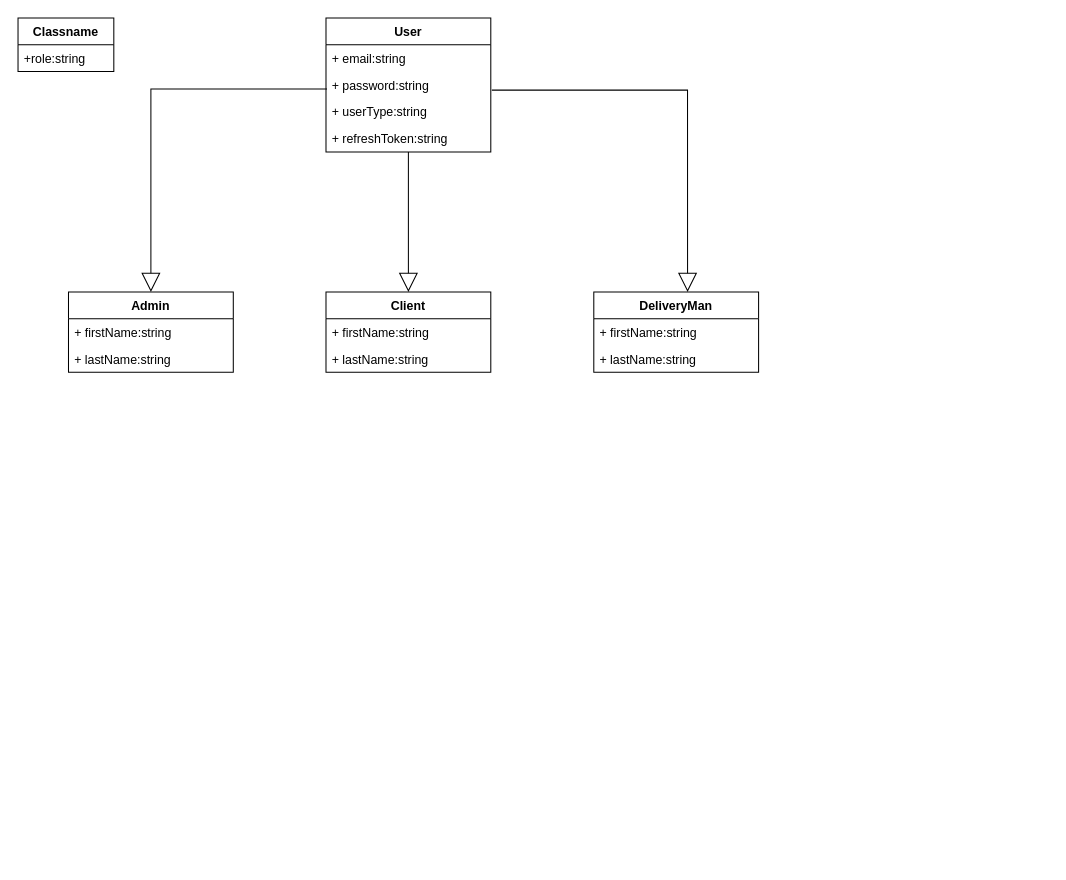
This is docs/class diagram.drawio from stormsidali2001/FrontPharmacy, a draw.io file, before an edit. Source tidied: cells renumbered, new cells numbered last; positions are measured from the earlier drawing's top-left corner, leaving out a move shared by most shapes. Both pictures are drawn from the tidied source at 103%, with x=0, y=0 at pixel (18, 18).
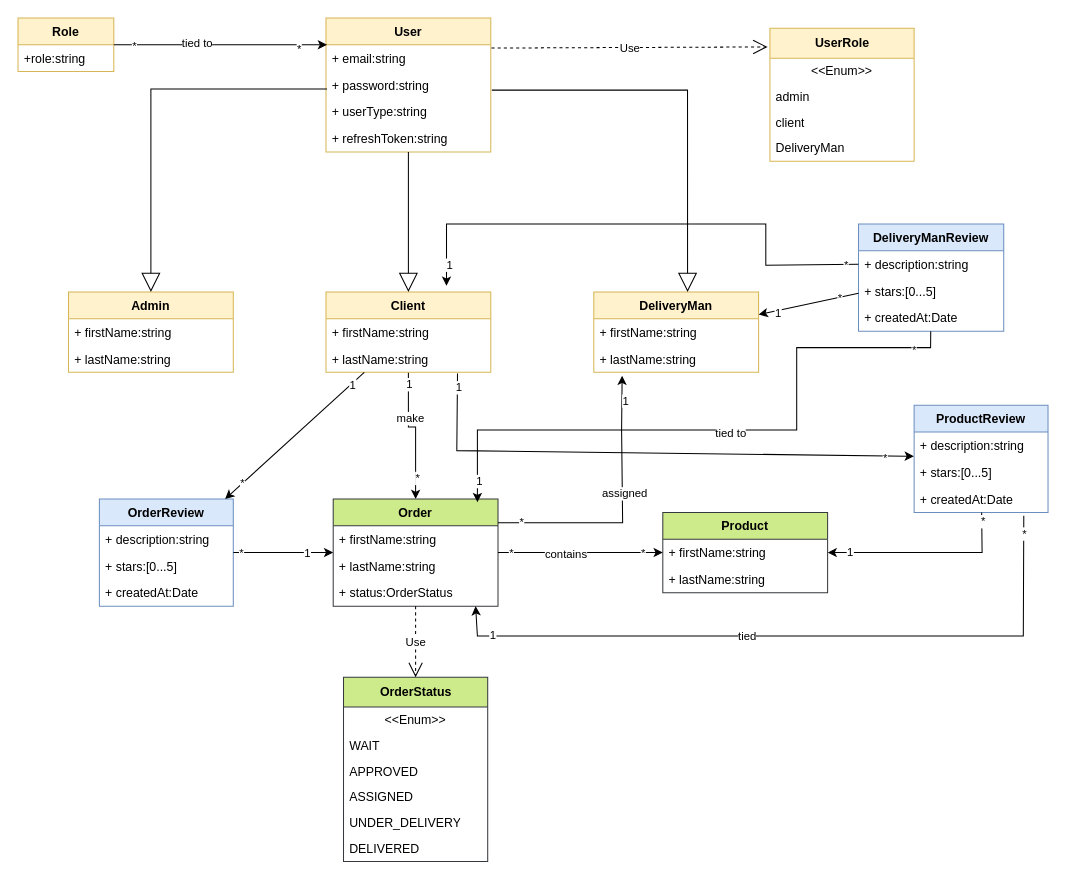
The same diagram, later.

Unchanged cells that the change refers to:
```xml
<mxCell id="3" value="+ email:string" style="text;strokeColor=none;fillColor=none;align=left;verticalAlign=top;spacingLeft=4;spacingRight=4;overflow=hidden;points=[[0,0.5],[1,0.5]];portConstraint=eastwest;" parent="2" vertex="1">
  <mxGeometry y="26" width="160" height="26" as="geometry" />
</mxCell>
<mxCell id="12" value="+ lastName:string" style="text;strokeColor=none;fillColor=none;align=left;verticalAlign=top;spacingLeft=4;spacingRight=4;overflow=hidden;points=[[0,0.5],[1,0.5]];portConstraint=eastwest;" parent="10" vertex="1">
  <mxGeometry y="52" width="160" height="26" as="geometry" />
</mxCell>
<mxCell id="15" value="+ lastName:string" style="text;strokeColor=none;fillColor=none;align=left;verticalAlign=top;spacingLeft=4;spacingRight=4;overflow=hidden;points=[[0,0.5],[1,0.5]];portConstraint=eastwest;" parent="13" vertex="1">
  <mxGeometry y="52" width="160" height="26" as="geometry" />
</mxCell>
```

Diff of the diagram source:
```diff
@@
-    <mxCell id="2" value="User" style="swimlane;fontStyle=1;align=center;verticalAlign=top;horizontal=1;startSize=26;" parent="1" vertex="1">
+    <mxCell id="2" value="User" style="swimlane;fontStyle=1;align=center;verticalAlign=top;horizontal=1;startSize=26;fillColor=#fff2cc;strokeColor=#d6b656;" parent="1" vertex="1">
       <mxGeometry x="299" width="160" height="130" as="geometry" />
     </mxCell>
@@
-    <mxCell id="7" value="Admin" style="swimlane;fontStyle=1;align=center;verticalAlign=top;horizontal=1;startSize=26;" parent="1" vertex="1">
+    <mxCell id="7" value="Admin" style="swimlane;fontStyle=1;align=center;verticalAlign=top;horizontal=1;startSize=26;fillColor=#fff2cc;strokeColor=#d6b656;" parent="1" vertex="1">
       <mxGeometry x="49" y="266" width="160" height="78" as="geometry" />
     </mxCell>
@@
+    <mxCell id="21" style="edgeStyle=orthogonalEdgeStyle;rounded=0;jettySize=auto;html=1;" parent="1" edge="1" source="10" target="35">
+      <mxGeometry relative="1" as="geometry">
+        <Array as="points">
+          <mxPoint x="379" y="397" />
+          <mxPoint x="386" y="397" />
+        </Array>
+      </mxGeometry>
+    </mxCell>
+    <mxCell id="22" value="make" style="edgeLabel;html=1;align=center;verticalAlign=middle;" parent="21" vertex="1">
+      <mxGeometry x="-0.32" y="1" relative="1" as="geometry" />
+    </mxCell>
+    <mxCell id="23" value="*" style="edgeLabel;html=1;align=center;verticalAlign=middle;" parent="21" vertex="1">
+      <mxGeometry x="0.68" y="1" relative="1" as="geometry" />
+    </mxCell>
+    <mxCell id="24" value="1" style="edgeLabel;html=1;align=center;verticalAlign=middle;" parent="21" vertex="1">
+      <mxGeometry x="-0.83" relative="1" as="geometry" />
+    </mxCell>
-    <mxCell id="10" value="Client" style="swimlane;fontStyle=1;align=center;verticalAlign=top;horizontal=1;startSize=26;" parent="1" vertex="1">
+    <mxCell id="10" value="Client" style="swimlane;fontStyle=1;align=center;verticalAlign=top;horizontal=1;startSize=26;fillColor=#fff2cc;strokeColor=#d6b656;" parent="1" vertex="1">
       <mxGeometry x="299" y="266" width="160" height="78" as="geometry" />
     </mxCell>
@@
-    <mxCell id="13" value="DeliveryMan" style="swimlane;fontStyle=1;align=center;verticalAlign=top;horizontal=1;startSize=26;" parent="1" vertex="1">
+    <mxCell id="13" value="DeliveryMan" style="swimlane;fontStyle=1;align=center;verticalAlign=top;horizontal=1;startSize=26;fillColor=#fff2cc;strokeColor=#d6b656;" parent="1" vertex="1">
       <mxGeometry x="559" y="266" width="160" height="78" as="geometry" />
     </mxCell>
@@
-    <mxCell id="19" value="Classname" style="swimlane;fontStyle=1;align=center;verticalAlign=top;horizontal=1;startSize=26;" parent="1" vertex="1">
+    <mxCell id="19" value="Role" style="swimlane;fontStyle=1;align=center;verticalAlign=top;horizontal=1;startSize=26;fillColor=#fff2cc;strokeColor=#d6b656;" parent="1" vertex="1">
       <mxGeometry width="93" height="52" as="geometry" />
     </mxCell>
@@
+    <mxCell id="25" style="endArrow=classic;html=1;rounded=0;" parent="1" edge="1" source="19">
+      <mxGeometry relative="1" as="geometry">
+        <mxPoint x="300" y="26" as="targetPoint" />
+      </mxGeometry>
+    </mxCell>
+    <mxCell id="26" value="tied to" style="edgeLabel;html=1;align=center;verticalAlign=middle;" parent="25" vertex="1">
+      <mxGeometry x="-0.23" y="2" relative="1" as="geometry" />
+    </mxCell>
+    <mxCell id="27" value="*" style="edgeLabel;html=1;align=center;verticalAlign=middle;" parent="25" vertex="1">
+      <mxGeometry x="0.73" y="-3" relative="1" as="geometry" />
+    </mxCell>
+    <mxCell id="28" value="*" style="edgeLabel;html=1;align=center;verticalAlign=middle;" parent="25" vertex="1">
+      <mxGeometry x="-0.82" y="-1" relative="1" as="geometry" />
+    </mxCell>
+    <mxCell id="29" value="Use" style="endArrow=open;endSize=12;dashed=1;html=1;rounded=0;exitX=1.004;exitY=0.122;exitDx=0;exitDy=0;exitPerimeter=0;entryX=-0.016;entryY=0.14;entryDx=0;entryDy=0;entryPerimeter=0;" parent="1" edge="1" source="3" target="30">
+      <mxGeometry relative="1" as="geometry" />
+    </mxCell>
+    <mxCell id="30" value="UserRole" style="swimlane;fontStyle=1;align=center;verticalAlign=middle;horizontal=1;startSize=29;html=1;fillColor=#fff2cc;strokeColor=#d6b656;" parent="1" vertex="1">
+      <mxGeometry x="730" y="10" width="140" height="129" as="geometry" />
+    </mxCell>
+    <mxCell id="31" value="&amp;lt;&amp;lt;Enum&amp;gt;&amp;gt;" style="text;html=1;strokeColor=none;fillColor=none;align=center;verticalAlign=middle;spacingLeft=4;spacingRight=4;overflow=hidden;" parent="30" vertex="1">
+      <mxGeometry y="29" width="140" height="25" as="geometry" />
+    </mxCell>
+    <mxCell id="32" value="admin" style="text;html=1;strokeColor=none;fillColor=none;align=left;verticalAlign=middle;spacingLeft=4;spacingRight=4;overflow=hidden;" parent="30" vertex="1">
+      <mxGeometry y="54" width="140" height="25" as="geometry" />
+    </mxCell>
+    <mxCell id="33" value="client" style="text;html=1;strokeColor=none;fillColor=none;align=left;verticalAlign=middle;spacingLeft=4;spacingRight=4;overflow=hidden;" parent="30" vertex="1">
+      <mxGeometry y="79" width="140" height="25" as="geometry" />
+    </mxCell>
+    <mxCell id="34" value="DeliveryMan" style="text;html=1;strokeColor=none;fillColor=none;align=left;verticalAlign=middle;spacingLeft=4;spacingRight=4;overflow=hidden;" parent="30" vertex="1">
+      <mxGeometry y="104" width="140" height="25" as="geometry" />
+    </mxCell>
+    <mxCell id="35" value="Order" style="swimlane;fontStyle=1;align=center;verticalAlign=top;horizontal=1;startSize=26;fillColor=#cdeb8b;strokeColor=#36393d;" parent="1" vertex="1">
+      <mxGeometry x="306" y="467" width="160" height="104" as="geometry" />
+    </mxCell>
+    <mxCell id="36" value="+ firstName:string" style="text;strokeColor=none;fillColor=none;align=left;verticalAlign=top;spacingLeft=4;spacingRight=4;overflow=hidden;" parent="35" vertex="1">
+      <mxGeometry y="26" width="160" height="26" as="geometry" />
+    </mxCell>
+    <mxCell id="37" value="+ lastName:string" style="text;strokeColor=none;fillColor=none;align=left;verticalAlign=top;spacingLeft=4;spacingRight=4;overflow=hidden;" parent="35" vertex="1">
+      <mxGeometry y="52" width="160" height="26" as="geometry" />
+    </mxCell>
+    <mxCell id="38" value="+ status:OrderStatus" style="text;strokeColor=none;fillColor=none;align=left;verticalAlign=top;spacingLeft=4;spacingRight=4;overflow=hidden;points=[[0,0.5],[1,0.5]];portConstraint=eastwest;" parent="35" vertex="1">
+      <mxGeometry y="78" width="160" height="26" as="geometry" />
+    </mxCell>
+    <mxCell id="39" value="Product" style="swimlane;fontStyle=1;align=center;verticalAlign=top;horizontal=1;startSize=26;fillColor=#cdeb8b;strokeColor=#36393d;" parent="1" vertex="1">
+      <mxGeometry x="626" y="480" width="160" height="78" as="geometry" />
+    </mxCell>
+    <mxCell id="40" value="+ firstName:string" style="text;strokeColor=none;fillColor=none;align=left;verticalAlign=top;spacingLeft=4;spacingRight=4;overflow=hidden;points=[[0,0.5],[1,0.5]];portConstraint=eastwest;" parent="39" vertex="1">
+      <mxGeometry y="26" width="160" height="26" as="geometry" />
+    </mxCell>
+    <mxCell id="41" value="+ lastName:string" style="text;strokeColor=none;fillColor=none;align=left;verticalAlign=top;spacingLeft=4;spacingRight=4;overflow=hidden;" parent="39" vertex="1">
+      <mxGeometry y="52" width="160" height="26" as="geometry" />
+    </mxCell>
+    <mxCell id="42" style="endArrow=classic;html=1;rounded=0;" parent="1" edge="1" source="35" target="39">
+      <mxGeometry relative="1" as="geometry" />
+    </mxCell>
+    <mxCell id="43" value="*" style="edgeLabel;html=1;align=center;verticalAlign=middle;" parent="42" vertex="1">
+      <mxGeometry x="0.75" relative="1" as="geometry" />
+    </mxCell>
+    <mxCell id="44" value="*" style="edgeLabel;html=1;align=center;verticalAlign=middle;" parent="42" vertex="1">
+      <mxGeometry x="-0.85" relative="1" as="geometry" />
+    </mxCell>
+    <mxCell id="45" value="contains" style="edgeLabel;html=1;align=center;verticalAlign=middle;" parent="42" vertex="1">
+      <mxGeometry x="-0.19" y="-1" relative="1" as="geometry" />
+    </mxCell>
+    <mxCell id="46" style="endArrow=classic;html=1;rounded=0;entryX=0.172;entryY=1.126;entryDx=0;entryDy=0;entryPerimeter=0;" parent="1" edge="1" target="15">
+      <mxGeometry relative="1" as="geometry">
+        <mxPoint x="466" y="490" as="sourcePoint" />
+        <Array as="points">
+          <mxPoint x="506" y="490" />
+          <mxPoint x="587" y="490" />
+          <mxPoint x="586" y="400" />
+        </Array>
+      </mxGeometry>
+    </mxCell>
+    <mxCell id="47" value="assigned" style="edgeLabel;html=1;align=center;verticalAlign=middle;" parent="46" vertex="1">
+      <mxGeometry x="0.13" y="-2" relative="1" as="geometry" />
+    </mxCell>
+    <mxCell id="48" value="1" style="edgeLabel;html=1;align=center;verticalAlign=middle;" parent="46" vertex="1">
+      <mxGeometry x="0.82" y="-3" relative="1" as="geometry" />
+    </mxCell>
+    <mxCell id="49" value="*" style="edgeLabel;html=1;align=center;verticalAlign=middle;" parent="46" vertex="1">
+      <mxGeometry x="-0.83" y="1" relative="1" as="geometry" />
+    </mxCell>
+    <mxCell id="50" value="OrderStatus" style="swimlane;fontStyle=1;align=center;verticalAlign=middle;horizontal=1;startSize=29;html=1;fillColor=#cdeb8b;strokeColor=#36393d;" parent="1" vertex="1">
+      <mxGeometry x="316" y="640" width="140" height="179" as="geometry" />
+    </mxCell>
+    <mxCell id="51" value="&amp;lt;&amp;lt;Enum&amp;gt;&amp;gt;" style="text;html=1;strokeColor=none;fillColor=none;align=center;verticalAlign=middle;spacingLeft=4;spacingRight=4;overflow=hidden;" parent="50" vertex="1">
+      <mxGeometry y="29" width="140" height="25" as="geometry" />
+    </mxCell>
+    <mxCell id="52" value="WAIT" style="text;html=1;strokeColor=none;fillColor=none;align=left;verticalAlign=middle;spacingLeft=4;spacingRight=4;overflow=hidden;" parent="50" vertex="1">
+      <mxGeometry y="54" width="140" height="25" as="geometry" />
+    </mxCell>
+    <mxCell id="53" value="APPROVED" style="text;html=1;strokeColor=none;fillColor=none;align=left;verticalAlign=middle;spacingLeft=4;spacingRight=4;overflow=hidden;" parent="50" vertex="1">
+      <mxGeometry y="79" width="140" height="25" as="geometry" />
+    </mxCell>
+    <mxCell id="54" value="ASSIGNED" style="text;html=1;strokeColor=none;fillColor=none;align=left;verticalAlign=middle;spacingLeft=4;spacingRight=4;overflow=hidden;" parent="50" vertex="1">
+      <mxGeometry y="104" width="140" height="25" as="geometry" />
+    </mxCell>
+    <mxCell id="55" value="UNDER_DELIVERY" style="text;html=1;strokeColor=none;fillColor=none;align=left;verticalAlign=middle;spacingLeft=4;spacingRight=4;overflow=hidden;" parent="50" vertex="1">
+      <mxGeometry y="129" width="140" height="25" as="geometry" />
+    </mxCell>
+    <mxCell id="56" value="DELIVERED" style="text;html=1;strokeColor=none;fillColor=none;align=left;verticalAlign=middle;spacingLeft=4;spacingRight=4;overflow=hidden;" parent="50" vertex="1">
+      <mxGeometry y="154" width="140" height="25" as="geometry" />
+    </mxCell>
+    <mxCell id="57" value="Use" style="endArrow=open;endSize=12;dashed=1;html=1;rounded=0;" parent="1" edge="1" source="35" target="50">
+      <mxGeometry relative="1" as="geometry" />
+    </mxCell>
+    <mxCell id="58" value="OrderReview" style="swimlane;fontStyle=1;align=center;verticalAlign=top;horizontal=1;startSize=26;fillColor=#dae8fc;strokeColor=#6c8ebf;" parent="1" vertex="1">
+      <mxGeometry x="79" y="467" width="130" height="104" as="geometry" />
+    </mxCell>
+    <mxCell id="59" value="+ description:string" style="text;strokeColor=none;fillColor=none;align=left;verticalAlign=top;spacingLeft=4;spacingRight=4;overflow=hidden;" parent="58" vertex="1">
+      <mxGeometry y="26" width="130" height="26" as="geometry" />
+    </mxCell>
+    <mxCell id="60" value="+ stars:[0...5]" style="text;strokeColor=none;fillColor=none;align=left;verticalAlign=top;spacingLeft=4;spacingRight=4;overflow=hidden;" parent="58" vertex="1">
+      <mxGeometry y="52" width="130" height="26" as="geometry" />
+    </mxCell>
+    <mxCell id="61" value="+ createdAt:Date" style="text;strokeColor=none;fillColor=none;align=left;verticalAlign=top;spacingLeft=4;spacingRight=4;overflow=hidden;" parent="58" vertex="1">
+      <mxGeometry y="78" width="130" height="26" as="geometry" />
+    </mxCell>
+    <mxCell id="62" style="endArrow=classic;html=1;rounded=0;" parent="1" edge="1" source="10" target="58">
+      <mxGeometry relative="1" as="geometry" />
+    </mxCell>
+    <mxCell id="63" value="*" style="edgeLabel;html=1;align=center;verticalAlign=middle;" parent="62" vertex="1">
+      <mxGeometry x="0.75" relative="1" as="geometry" />
+    </mxCell>
+    <mxCell id="64" value="1" style="edgeLabel;html=1;align=center;verticalAlign=middle;" parent="62" vertex="1">
+      <mxGeometry x="-0.81" y="1" relative="1" as="geometry" />
+    </mxCell>
+    <mxCell id="65" style="endArrow=classic;html=1;rounded=0;" parent="1" edge="1" source="58" target="35">
+      <mxGeometry relative="1" as="geometry" />
+    </mxCell>
+    <mxCell id="66" value="*" style="edgeLabel;html=1;align=center;verticalAlign=middle;" parent="65" vertex="1">
+      <mxGeometry x="-0.85" relative="1" as="geometry" />
+    </mxCell>
+    <mxCell id="67" value="1" style="edgeLabel;html=1;align=center;verticalAlign=middle;" parent="65" vertex="1">
+      <mxGeometry x="0.48" relative="1" as="geometry">
+        <mxPoint x="-1" as="offset" />
+      </mxGeometry>
+    </mxCell>
+    <mxCell id="68" value="ProductReview" style="swimlane;fontStyle=1;align=center;verticalAlign=top;horizontal=1;startSize=26;fillColor=#dae8fc;strokeColor=#6c8ebf;" parent="1" vertex="1">
+      <mxGeometry x="870" y="376" width="130" height="104" as="geometry" />
+    </mxCell>
+    <mxCell id="69" value="+ description:string" style="text;strokeColor=none;fillColor=none;align=left;verticalAlign=top;spacingLeft=4;spacingRight=4;overflow=hidden;" parent="68" vertex="1">
+      <mxGeometry y="26" width="130" height="26" as="geometry" />
+    </mxCell>
+    <mxCell id="70" value="+ stars:[0...5]" style="text;strokeColor=none;fillColor=none;align=left;verticalAlign=top;spacingLeft=4;spacingRight=4;overflow=hidden;points=[[0,0.5],[1,0.5]];portConstraint=eastwest;" parent="68" vertex="1">
+      <mxGeometry y="52" width="130" height="26" as="geometry" />
+    </mxCell>
+    <mxCell id="71" value="+ createdAt:Date" style="text;strokeColor=none;fillColor=none;align=left;verticalAlign=top;spacingLeft=4;spacingRight=4;overflow=hidden;points=[[0,0.5],[1,0.5]];portConstraint=eastwest;" parent="68" vertex="1">
+      <mxGeometry y="78" width="130" height="26" as="geometry" />
+    </mxCell>
+    <mxCell id="72" style="endArrow=classic;html=1;rounded=0;exitX=0.798;exitY=1.042;exitDx=0;exitDy=0;exitPerimeter=0;entryX=-0.002;entryY=-0.098;entryDx=0;entryDy=0;entryPerimeter=0;" parent="1" edge="1" source="12" target="70">
+      <mxGeometry relative="1" as="geometry">
+        <Array as="points">
+          <mxPoint x="426" y="420" />
+        </Array>
+      </mxGeometry>
+    </mxCell>
+    <mxCell id="73" value="*" style="edgeLabel;html=1;align=center;verticalAlign=middle;" parent="72" vertex="1">
+      <mxGeometry x="0.89" y="-2" relative="1" as="geometry" />
+    </mxCell>
+    <mxCell id="74" value="1" style="edgeLabel;html=1;align=center;verticalAlign=middle;" parent="72" vertex="1">
+      <mxGeometry x="-0.95" y="1" relative="1" as="geometry" />
+    </mxCell>
+    <mxCell id="75" style="endArrow=classic;html=1;rounded=0;entryX=1;entryY=0.5;entryDx=0;entryDy=0;" parent="1" edge="1" source="68" target="40">
+      <mxGeometry relative="1" as="geometry">
+        <Array as="points">
+          <mxPoint x="936" y="519" />
+        </Array>
+      </mxGeometry>
+    </mxCell>
+    <mxCell id="76" value="*" style="edgeLabel;html=1;align=center;verticalAlign=middle;" parent="75" vertex="1">
+      <mxGeometry x="-0.9" y="1" relative="1" as="geometry" />
+    </mxCell>
+    <mxCell id="77" value="1" style="edgeLabel;html=1;align=center;verticalAlign=middle;" parent="75" vertex="1">
+      <mxGeometry x="0.78" y="-1" relative="1" as="geometry" />
+    </mxCell>
+    <mxCell id="78" style="endArrow=classic;html=1;rounded=0;entryX=0.864;entryY=1.001;entryDx=0;entryDy=0;entryPerimeter=0;exitX=0.819;exitY=1.124;exitDx=0;exitDy=0;exitPerimeter=0;" parent="1" edge="1" source="71" target="38">
+      <mxGeometry relative="1" as="geometry">
+        <Array as="points">
+          <mxPoint x="976" y="600" />
+          <mxPoint x="786" y="600" />
+          <mxPoint x="446" y="600" />
+        </Array>
+      </mxGeometry>
+    </mxCell>
+    <mxCell id="79" value="1" style="edgeLabel;html=1;align=center;verticalAlign=middle;" parent="78" vertex="1">
+      <mxGeometry x="0.87" y="-2" relative="1" as="geometry" />
+    </mxCell>
+    <mxCell id="80" value="tied" style="edgeLabel;html=1;align=center;verticalAlign=middle;" parent="78" vertex="1">
+      <mxGeometry x="0.14" y="-1" relative="1" as="geometry" />
+    </mxCell>
+    <mxCell id="81" value="*" style="edgeLabel;html=1;align=center;verticalAlign=middle;" parent="78" vertex="1">
+      <mxGeometry x="-0.95" relative="1" as="geometry" />
+    </mxCell>
+    <mxCell id="82" value="DeliveryManReview" style="swimlane;fontStyle=1;align=center;verticalAlign=top;horizontal=1;startSize=26;fillColor=#dae8fc;strokeColor=#6c8ebf;" parent="1" vertex="1">
+      <mxGeometry x="816" y="200" width="141" height="104" as="geometry" />
+    </mxCell>
+    <mxCell id="83" value="+ description:string" style="text;strokeColor=none;fillColor=none;align=left;verticalAlign=top;spacingLeft=4;spacingRight=4;overflow=hidden;points=[[0,0.5],[1,0.5]];portConstraint=eastwest;" parent="82" vertex="1">
+      <mxGeometry y="26" width="141" height="26" as="geometry" />
+    </mxCell>
+    <mxCell id="84" value="+ stars:[0...5]" style="text;strokeColor=none;fillColor=none;align=left;verticalAlign=top;spacingLeft=4;spacingRight=4;overflow=hidden;" parent="82" vertex="1">
+      <mxGeometry y="52" width="141" height="26" as="geometry" />
+    </mxCell>
+    <mxCell id="85" value="+ createdAt:Date" style="text;strokeColor=none;fillColor=none;align=left;verticalAlign=top;spacingLeft=4;spacingRight=4;overflow=hidden;" parent="82" vertex="1">
+      <mxGeometry y="78" width="141" height="26" as="geometry" />
+    </mxCell>
+    <mxCell id="86" style="endArrow=classic;html=1;rounded=0;" parent="1" edge="1" source="82" target="13">
+      <mxGeometry relative="1" as="geometry" />
+    </mxCell>
+    <mxCell id="87" value="1" style="edgeLabel;html=1;align=center;verticalAlign=middle;" parent="86" vertex="1">
+      <mxGeometry x="0.64" y="2" relative="1" as="geometry" />
+    </mxCell>
+    <mxCell id="88" value="*" style="edgeLabel;html=1;align=center;verticalAlign=middle;" parent="86" vertex="1">
+      <mxGeometry x="-0.61" relative="1" as="geometry" />
+    </mxCell>
+    <mxCell id="89" style="endArrow=classic;html=1;rounded=0;exitX=0;exitY=0.5;exitDx=0;exitDy=0;" parent="1" edge="1" source="83">
+      <mxGeometry relative="1" as="geometry">
+        <mxPoint x="416" y="260" as="targetPoint" />
+        <Array as="points">
+          <mxPoint x="726" y="240" />
+          <mxPoint x="726" y="200" />
+          <mxPoint x="616" y="200" />
+          <mxPoint x="416" y="200" />
+        </Array>
+      </mxGeometry>
+    </mxCell>
+    <mxCell id="90" value="1" style="edgeLabel;html=1;align=center;verticalAlign=middle;" parent="89" vertex="1">
+      <mxGeometry x="0.92" y="2" relative="1" as="geometry" />
+    </mxCell>
+    <mxCell id="91" value="*" style="edgeLabel;html=1;align=center;verticalAlign=middle;" parent="89" vertex="1">
+      <mxGeometry x="-0.95" relative="1" as="geometry" />
+    </mxCell>
+    <mxCell id="92" style="endArrow=classic;html=1;rounded=0;entryX=0.875;entryY=0.029;entryDx=0;entryDy=0;entryPerimeter=0;" parent="1" edge="1" source="82" target="35">
+      <mxGeometry relative="1" as="geometry">
+        <Array as="points">
+          <mxPoint x="886" y="320" />
+          <mxPoint x="756" y="320" />
+          <mxPoint x="756" y="400" />
+          <mxPoint x="646" y="400" />
+          <mxPoint x="446" y="400" />
+        </Array>
+      </mxGeometry>
+    </mxCell>
+    <mxCell id="93" value="*" style="edgeLabel;html=1;align=center;verticalAlign=middle;" parent="92" vertex="1">
+      <mxGeometry x="-0.89" y="2" relative="1" as="geometry" />
+    </mxCell>
+    <mxCell id="94" value="1" style="edgeLabel;html=1;align=center;verticalAlign=middle;" parent="92" vertex="1">
+      <mxGeometry x="0.93" y="1" relative="1" as="geometry">
+        <mxPoint y="1" as="offset" />
+      </mxGeometry>
+    </mxCell>
+    <mxCell id="95" value="tied to" style="edgeLabel;html=1;align=center;verticalAlign=middle;" parent="92" vertex="1">
+      <mxGeometry x="-0.04" y="2" relative="1" as="geometry" />
+    </mxCell>
```
